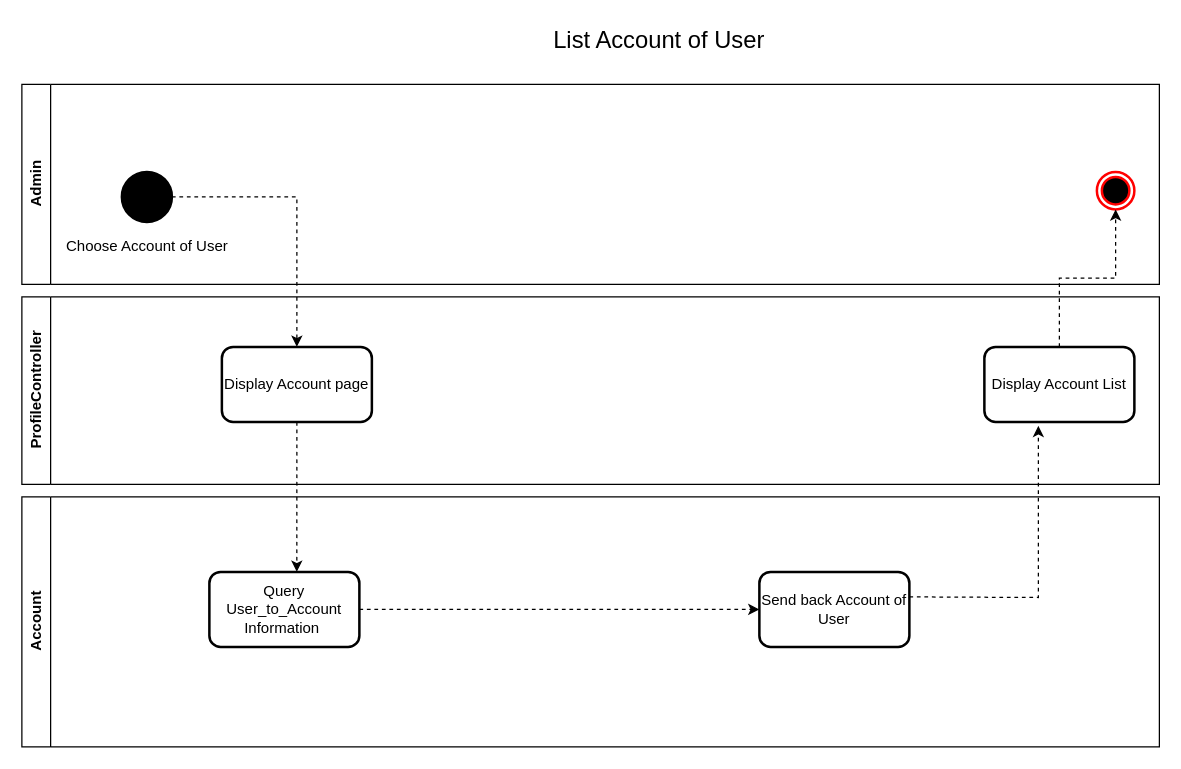
The draw.io diagram Diagram/Workflow/List Account of User.drawio in NotAsea/Hocviec, before the edit. Source tidied: cells renumbered, new cells numbered last; positions are measured from the earlier drawing's top-left corner, leaving out a move shared by most shapes. Both pictures are drawn from the tidied source at 125%, with x=0, y=0 at pixel (21, 21).
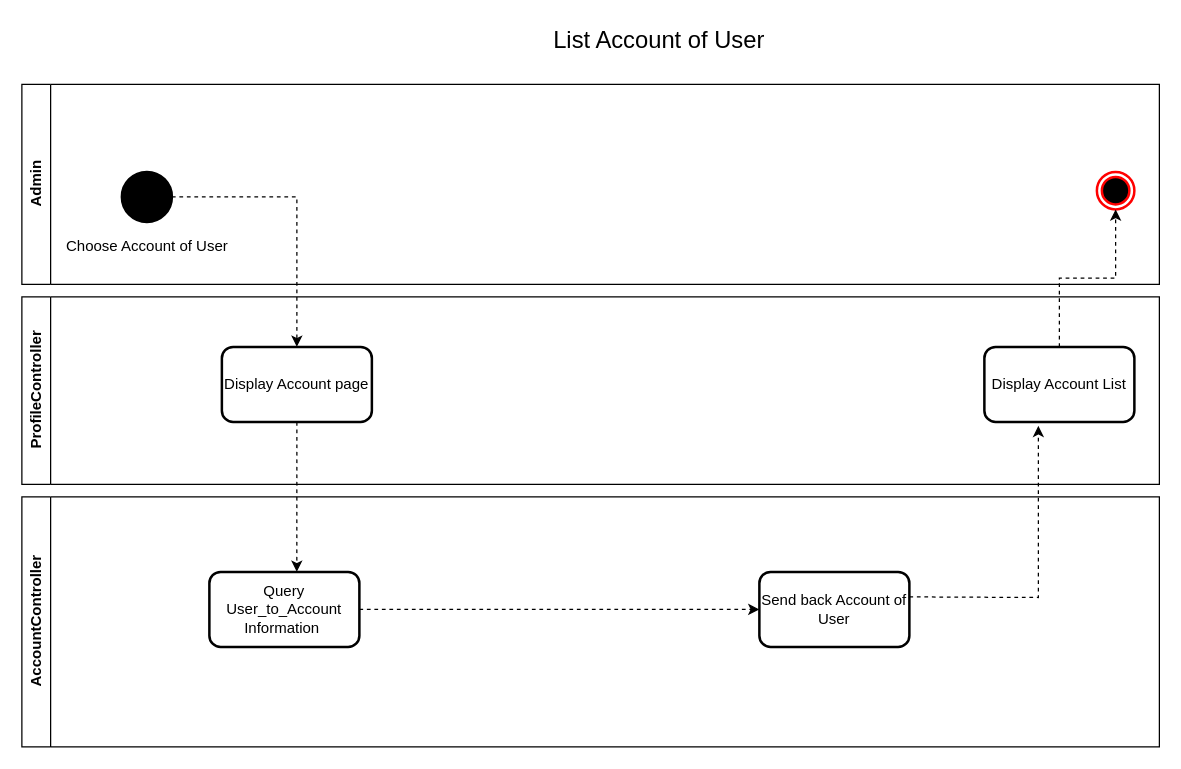
After the change.

Change to the diagram source:
```diff
@@
 <mxGraphModel>
   <root>
     <mxCell id="0" />
     <mxCell id="1" parent="0" />
     <mxCell id="2" value="Admin" style="swimlane;horizontal=0;whiteSpace=wrap;html=1;" parent="1" vertex="1">
       <mxGeometry y="50" width="910" height="160" as="geometry" />
     </mxCell>
     <mxCell id="3" value="Choose Account of User" style="shape=ellipse;html=1;fillColor=strokeColor;strokeWidth=2;verticalLabelPosition=bottom;verticalAlignment=top;perimeter=ellipsePerimeter;" parent="2" vertex="1">
       <mxGeometry x="80" y="70" width="40" height="40" as="geometry" />
     </mxCell>
     <mxCell id="4" style="ellipse;html=1;shape=endState;fillColor=#000000;strokeColor=#ff0000;strokeWidth=2;fontFamily=Helvetica;fontSize=12;fontColor=default;" parent="2" vertex="1">
       <mxGeometry x="860" y="70" width="30" height="30" as="geometry" />
     </mxCell>
     <mxCell id="5" value="ProfileController" style="swimlane;horizontal=0;whiteSpace=wrap;html=1;" parent="1" vertex="1">
       <mxGeometry y="220" width="910" height="150" as="geometry" />
     </mxCell>
     <mxCell id="6" value="Display Account List" style="rounded=1;whiteSpace=wrap;html=1;strokeWidth=2;fontFamily=Helvetica;fontSize=12;" parent="5" vertex="1">
       <mxGeometry x="770" y="40" width="120" height="60" as="geometry" />
     </mxCell>
     <mxCell id="7" value="Display Account page" style="rounded=1;whiteSpace=wrap;html=1;strokeWidth=2;fontFamily=Helvetica;fontSize=12;" parent="5" vertex="1">
       <mxGeometry x="160" y="40" width="120" height="60" as="geometry" />
     </mxCell>
-    <mxCell id="8" value="Account" style="swimlane;horizontal=0;whiteSpace=wrap;html=1;" parent="1" vertex="1">
+    <mxCell id="8" value="AccountController" style="swimlane;horizontal=0;whiteSpace=wrap;html=1;" parent="1" vertex="1">
       <mxGeometry y="380" width="910" height="200" as="geometry" />
     </mxCell>
     <mxCell id="9" style="edgeStyle=orthogonalEdgeStyle;rounded=0;jettySize=auto;html=1;entryX=0;entryY=0.5;entryDx=0;entryDy=0;dashed=1;" parent="8" edge="1" source="10" target="11">
       <mxGeometry relative="1" as="geometry" />
     </mxCell>
     <mxCell id="10" value="Query User_to_Account Information&amp;nbsp;" style="rounded=1;whiteSpace=wrap;html=1;strokeWidth=2;fontFamily=Helvetica;fontSize=12;" parent="8" vertex="1">
       <mxGeometry x="150" y="60" width="120" height="60" as="geometry" />
     </mxCell>
     <mxCell id="11" value="Send back Account of User" style="rounded=1;whiteSpace=wrap;html=1;strokeWidth=2;fontFamily=Helvetica;fontSize=12;" parent="8" vertex="1">
       <mxGeometry x="590" y="60" width="120" height="60" as="geometry" />
     </mxCell>
     <mxCell id="12" style="edgeStyle=orthogonalEdgeStyle;rounded=0;jettySize=auto;html=1;entryX=0.5;entryY=1;entryDx=0;entryDy=0;dashed=1;strokeWidth=1;fontFamily=Helvetica;fontSize=12;fontColor=default;" parent="1" edge="1" source="6" target="4">
       <mxGeometry relative="1" as="geometry" />
     </mxCell>
     <mxCell id="13" style="edgeStyle=orthogonalEdgeStyle;rounded=0;jettySize=auto;html=1;entryX=0.5;entryY=0;entryDx=0;entryDy=0;dashed=1;strokeWidth=1;fontFamily=Helvetica;fontSize=12;fontColor=default;" parent="1" edge="1" source="3" target="7">
       <mxGeometry relative="1" as="geometry" />
     </mxCell>
     <mxCell id="14" value="List Account of User" style="text;html=1;strokeColor=none;fillColor=none;align=center;verticalAlign=middle;whiteSpace=wrap;rounded=0;fontSize=19;" parent="1" vertex="1">
       <mxGeometry x="420" width="180" height="30" as="geometry" />
     </mxCell>
     <mxCell id="15" style="edgeStyle=orthogonalEdgeStyle;rounded=0;jettySize=auto;html=1;entryX=0.36;entryY=1.053;entryDx=0;entryDy=0;entryPerimeter=0;dashed=1;" parent="1" edge="1" target="6">
       <mxGeometry relative="1" as="geometry">
         <mxPoint x="710" y="460" as="sourcePoint" />
       </mxGeometry>
     </mxCell>
     <mxCell id="16" style="edgeStyle=orthogonalEdgeStyle;rounded=0;jettySize=auto;html=1;entryX=0.583;entryY=0;entryDx=0;entryDy=0;entryPerimeter=0;dashed=1;exitX=0.5;exitY=1;exitDx=0;exitDy=0;" parent="1" edge="1" source="7" target="10">
       <mxGeometry relative="1" as="geometry">
         <Array as="points">
           <mxPoint x="220" y="340" />
           <mxPoint x="220" y="340" />
         </Array>
       </mxGeometry>
     </mxCell>
   </root>
 </mxGraphModel>
```
